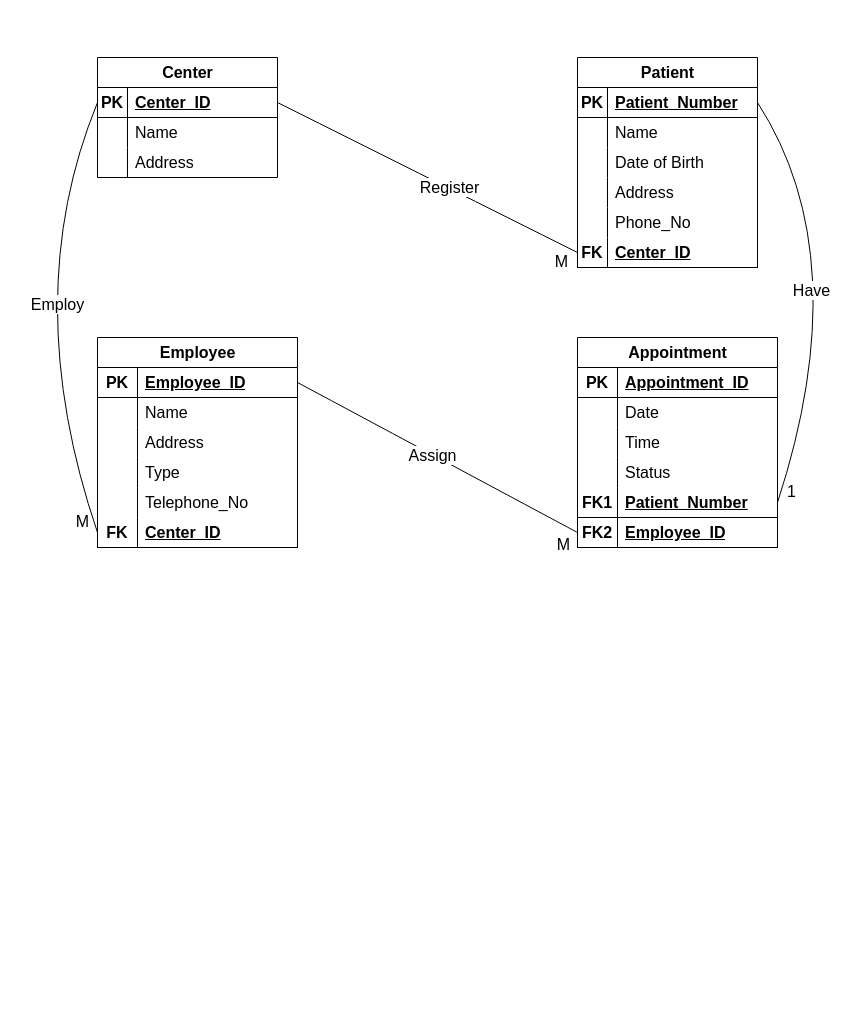
The draw.io diagram DDD/Untitled Diagram.drawio in ThanushkarSiva1238/Database_Design, before the edit. Source tidied: cells renumbered, new cells numbered last; positions are measured from the earlier drawing's top-left corner, leaving out a move shared by most shapes. Both pictures are drawn from the tidied source at 100%, with x=0, y=0 at pixel (17, 57).
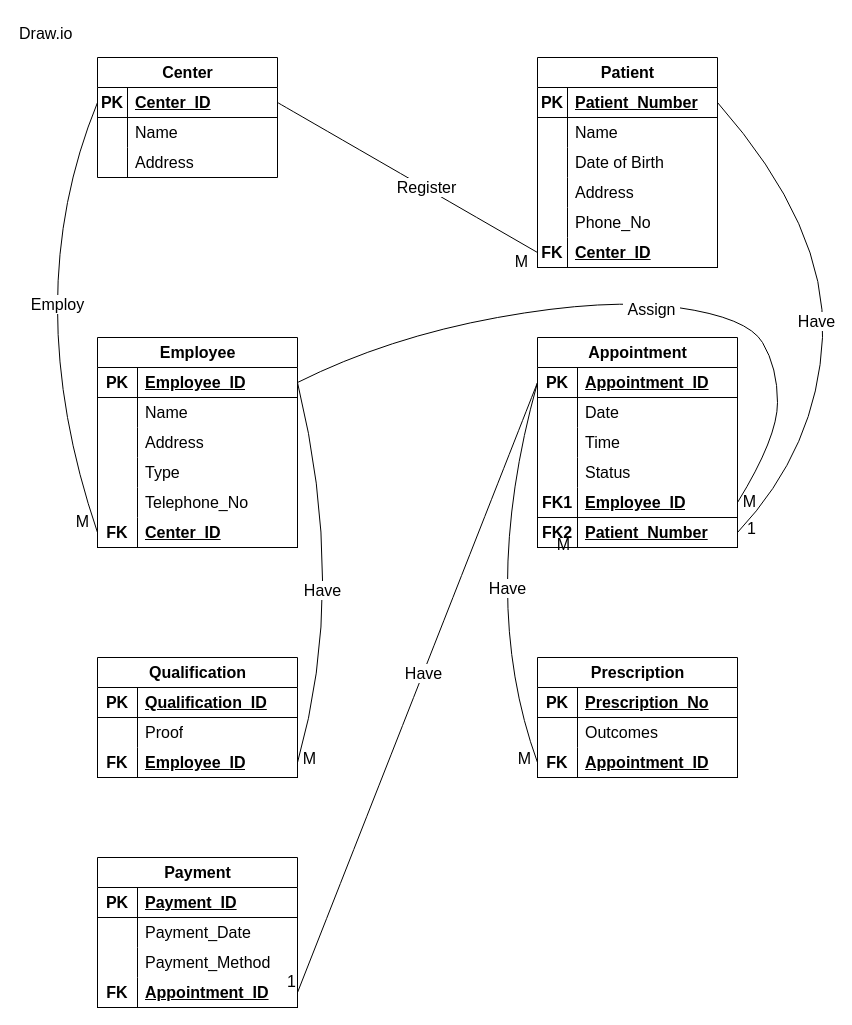
The same diagram, later.

Commit message (it also covers changes not shown here):
Medical Appointment System Diagram.drawio

Unchanged cells that the change refers to:
```xml
<mxCell id="3" style="shape=tableRow;horizontal=0;startSize=0;swimlaneHead=0;swimlaneBody=0;fillColor=none;points=[[0,0.5],[1,0.5]];portConstraint=eastwest;top=0;left=0;right=0;bottom=1;fontSize=16;" parent="2" vertex="1">
  <mxGeometry y="30" width="180" height="30" as="geometry" />
</mxCell>
<mxCell id="13" style="shape=tableRow;horizontal=0;startSize=0;swimlaneHead=0;swimlaneBody=0;fillColor=none;points=[[0,0.5],[1,0.5]];portConstraint=eastwest;top=0;left=0;right=0;bottom=1;fontSize=16;" parent="12" vertex="1">
  <mxGeometry y="30" width="180" height="30" as="geometry" />
</mxCell>
<mxCell id="28" style="shape=tableRow;horizontal=0;startSize=0;swimlaneHead=0;swimlaneBody=0;fillColor=none;points=[[0,0.5],[1,0.5]];portConstraint=eastwest;top=0;left=0;right=0;bottom=1;fontSize=16;" parent="12" vertex="1">
  <mxGeometry y="180" width="180" height="30" as="geometry" />
</mxCell>
<mxCell id="35" style="shape=tableRow;horizontal=0;startSize=0;swimlaneHead=0;swimlaneBody=0;fillColor=none;points=[[0,0.5],[1,0.5]];portConstraint=eastwest;top=0;left=0;right=0;bottom=1;fontSize=16;" parent="34" vertex="1">
  <mxGeometry y="30" width="200" height="30" as="geometry" />
</mxCell>
<mxCell id="47" style="shape=tableRow;horizontal=0;startSize=0;swimlaneHead=0;swimlaneBody=0;fillColor=none;points=[[0,0.5],[1,0.5]];portConstraint=eastwest;top=0;left=0;right=0;bottom=1;fontSize=16;" parent="34" vertex="1">
  <mxGeometry y="150" width="200" height="30" as="geometry" />
</mxCell>
<mxCell id="50" style="shape=tableRow;horizontal=0;startSize=0;swimlaneHead=0;swimlaneBody=0;fillColor=none;points=[[0,0.5],[1,0.5]];portConstraint=eastwest;top=0;left=0;right=0;bottom=1;fontSize=16;" parent="34" vertex="1">
  <mxGeometry y="180" width="200" height="30" as="geometry" />
</mxCell>
<mxCell id="57" style="shape=tableRow;horizontal=0;startSize=0;swimlaneHead=0;swimlaneBody=0;fillColor=none;points=[[0,0.5],[1,0.5]];portConstraint=eastwest;top=0;left=0;right=0;bottom=1;fontSize=16;" parent="56" vertex="1">
  <mxGeometry y="30" width="200" height="30" as="geometry" />
</mxCell>
```

The edit, as a diff of the source:
```diff
@@
     <mxCell id="12" value="Patient" style="shape=table;startSize=30;childLayout=tableLayout;rowLines=0;fontStyle=1;align=center;html=1;fontSize=16;" parent="1" vertex="1">
-      <mxGeometry x="560" width="180" height="210" as="geometry" />
+      <mxGeometry x="520" width="180" height="210" as="geometry" />
     </mxCell>
@@
-    <mxCell id="31" style="endArrow=none;html=1;rounded=0;fontSize=12;startSize=8;endSize=8;curved=1;exitX=1;exitY=0.5;exitDx=0;exitDy=0;entryX=0;entryY=0.5;entryDx=0;entryDy=0;" parent="1" edge="1" source="3">
-      <mxGeometry relative="1" as="geometry">
-        <mxPoint x="560" y="195" as="targetPoint" />
-      </mxGeometry>
+    <mxCell id="31" style="endArrow=none;html=1;rounded=0;fontSize=12;startSize=8;endSize=8;curved=1;exitX=1;exitY=0.5;exitDx=0;exitDy=0;entryX=0;entryY=0.5;entryDx=0;entryDy=0;" parent="1" edge="1" source="3" target="28">
+      <mxGeometry relative="1" as="geometry" />
     </mxCell>
@@
     <mxCell id="34" value="Appointment" style="shape=table;startSize=30;childLayout=tableLayout;rowLines=0;fontStyle=1;align=center;html=1;fontSize=16;" parent="1" vertex="1">
-      <mxGeometry x="560" y="280" width="200" height="210" as="geometry" />
+      <mxGeometry x="520" y="280" width="200" height="210" as="geometry" />
     </mxCell>
@@
-    <mxCell id="49" value="Patient_Number" style="shape=partialRectangle;fillColor=none;top=0;left=0;bottom=0;right=0;align=left;spacingLeft=6;fontStyle=5;overflow=hidden;whiteSpace=wrap;html=1;fontSize=16;" parent="47" vertex="1">
+    <mxCell id="49" value="Employee_ID" style="shape=partialRectangle;fillColor=none;top=0;left=0;bottom=0;right=0;align=left;spacingLeft=6;fontStyle=5;overflow=hidden;whiteSpace=wrap;html=1;fontSize=16;" parent="47" vertex="1">
       <mxGeometry x="40" width="160" height="30" as="geometry" />
     </mxCell>
@@
-    <mxCell id="52" value="Employee_ID" style="shape=partialRectangle;fillColor=none;top=0;left=0;bottom=0;right=0;align=left;spacingLeft=6;fontStyle=5;overflow=hidden;whiteSpace=wrap;html=1;fontSize=16;" parent="50" vertex="1">
+    <mxCell id="52" value="Patient_Number" style="shape=partialRectangle;fillColor=none;top=0;left=0;bottom=0;right=0;align=left;spacingLeft=6;fontStyle=5;overflow=hidden;whiteSpace=wrap;html=1;fontSize=16;" parent="50" vertex="1">
       <mxGeometry x="40" width="160" height="30" as="geometry" />
     </mxCell>
-    <mxCell id="53" style="endArrow=none;html=1;rounded=0;fontSize=12;startSize=8;endSize=8;curved=1;exitX=1;exitY=0.5;exitDx=0;exitDy=0;entryX=1;entryY=0.5;entryDx=0;entryDy=0;" parent="1" edge="1" source="13" target="47">
+    <mxCell id="53" style="endArrow=none;html=1;rounded=0;fontSize=12;startSize=8;endSize=8;curved=1;exitX=1;exitY=0.5;exitDx=0;exitDy=0;entryX=1;entryY=0.5;entryDx=0;entryDy=0;" parent="1" edge="1" source="13" target="50">
       <mxGeometry relative="1" as="geometry">
         <Array as="points">
-          <mxPoint x="840" y="200" />
+          <mxPoint x="810" y="170" />
+          <mxPoint x="800" y="390" />
         </Array>
       </mxGeometry>
     </mxCell>
     <mxCell id="54" value="1" style="html=1;whiteSpace=wrap;align=right;verticalAlign=bottom;fontSize=16;" parent="53" vertex="1">
       <mxGeometry x="1" relative="1" as="geometry">
-        <mxPoint x="20" as="offset" />
+        <mxPoint x="20" y="7" as="offset" />
       </mxGeometry>
     </mxCell>
     <mxCell id="55" value="Have" style="edgeLabel;html=1;align=center;verticalAlign=middle;fontSize=16;" parent="53" vertex="1">
-      <mxGeometry x="0.04" y="-34" relative="1" as="geometry" />
+      <mxGeometry x="0.04" y="-34" relative="1" as="geometry">
+        <mxPoint x="27" as="offset" />
+      </mxGeometry>
     </mxCell>
+    <mxCell id="81" value="M" style="html=1;whiteSpace=wrap;align=right;verticalAlign=bottom;fontSize=16;" parent="53" vertex="1">
+      <mxGeometry x="1" relative="1" as="geometry">
+        <mxPoint x="20" y="-20" as="offset" />
+      </mxGeometry>
+    </mxCell>
@@
-    <mxCell id="78" style="endArrow=none;html=1;rounded=0;fontSize=12;startSize=8;endSize=8;curved=1;exitX=0;exitY=0.5;exitDx=0;exitDy=0;entryX=1;entryY=0.5;entryDx=0;entryDy=0;" parent="1" edge="1" source="50" target="57">
-      <mxGeometry relative="1" as="geometry" />
+    <mxCell id="78" style="endArrow=none;html=1;rounded=0;fontSize=12;startSize=8;endSize=8;curved=1;exitX=1;exitY=0.5;exitDx=0;exitDy=0;entryX=1;entryY=0.5;entryDx=0;entryDy=0;" parent="1" edge="1" source="47" target="57">
+      <mxGeometry relative="1" as="geometry">
+        <Array as="points">
+          <mxPoint x="760" y="380" />
+          <mxPoint x="760" y="310" />
+          <mxPoint x="730" y="260" />
+          <mxPoint x="590" y="240" />
+          <mxPoint x="370" y="280" />
+        </Array>
+      </mxGeometry>
     </mxCell>
@@
-    <mxCell id="80" value="Assign" style="edgeLabel;html=1;align=center;verticalAlign=middle;fontSize=16;" parent="78" vertex="1">
-      <mxGeometry x="0.04" relative="1" as="geometry" />
+    <mxCell id="80" value="&amp;nbsp;Assign&amp;nbsp;" style="edgeLabel;html=1;align=center;verticalAlign=middle;fontSize=16;" parent="78" vertex="1">
+      <mxGeometry x="0.04" relative="1" as="geometry">
+        <mxPoint x="46" y="11" as="offset" />
+      </mxGeometry>
     </mxCell>
+    <mxCell id="82" value="Draw.io" style="text;whiteSpace=wrap;html=1;fontSize=16;" parent="1" vertex="1">
+      <mxGeometry y="-40" width="90" height="40" as="geometry" />
+    </mxCell>
+    <mxCell id="83" value="Prescription" style="shape=table;startSize=30;childLayout=tableLayout;rowLines=0;fontStyle=1;align=center;html=1;fontSize=16;" parent="1" vertex="1">
+      <mxGeometry x="520" y="600" width="200" height="120" as="geometry" />
+    </mxCell>
+    <mxCell id="84" style="shape=tableRow;horizontal=0;startSize=0;swimlaneHead=0;swimlaneBody=0;fillColor=none;top=0;left=0;right=0;bottom=1;fontSize=16;" parent="83" vertex="1">
+      <mxGeometry y="30" width="200" height="30" as="geometry" />
+    </mxCell>
+    <mxCell id="85" value="PK" style="shape=partialRectangle;fillColor=none;top=0;left=0;bottom=0;right=0;fontStyle=1;overflow=hidden;whiteSpace=wrap;html=1;fontSize=16;" parent="84" vertex="1">
+      <mxGeometry width="40" height="30" as="geometry" />
+    </mxCell>
+    <mxCell id="86" value="Prescription_No" style="shape=partialRectangle;fillColor=none;top=0;left=0;bottom=0;right=0;align=left;spacingLeft=6;fontStyle=5;overflow=hidden;whiteSpace=wrap;html=1;fontSize=16;" parent="84" vertex="1">
+      <mxGeometry x="40" width="160" height="30" as="geometry" />
+    </mxCell>
+    <mxCell id="87" style="shape=tableRow;horizontal=0;startSize=0;swimlaneHead=0;swimlaneBody=0;fillColor=none;top=0;left=0;right=0;bottom=0;fontSize=16;" parent="83" vertex="1">
+      <mxGeometry y="60" width="200" height="30" as="geometry" />
+    </mxCell>
+    <mxCell id="88" style="shape=partialRectangle;fillColor=none;top=0;left=0;bottom=0;right=0;overflow=hidden;whiteSpace=wrap;html=1;fontSize=16;" parent="87" vertex="1">
+      <mxGeometry width="40" height="30" as="geometry" />
+    </mxCell>
+    <mxCell id="89" value="Outcomes" style="shape=partialRectangle;fillColor=none;top=0;left=0;bottom=0;right=0;align=left;spacingLeft=6;overflow=hidden;whiteSpace=wrap;html=1;fontSize=16;" parent="87" vertex="1">
+      <mxGeometry x="40" width="160" height="30" as="geometry" />
+    </mxCell>
+    <mxCell id="90" style="shape=tableRow;horizontal=0;startSize=0;swimlaneHead=0;swimlaneBody=0;fillColor=none;points=[[0,0.5],[1,0.5]];portConstraint=eastwest;top=0;left=0;right=0;bottom=1;fontSize=16;" parent="83" vertex="1">
+      <mxGeometry y="90" width="200" height="30" as="geometry" />
+    </mxCell>
+    <mxCell id="91" value="FK" style="shape=partialRectangle;fillColor=none;top=0;left=0;bottom=0;right=0;fontStyle=1;overflow=hidden;whiteSpace=wrap;html=1;fontSize=16;" parent="90" vertex="1">
+      <mxGeometry width="40" height="30" as="geometry" />
+    </mxCell>
+    <mxCell id="92" value="Appointment_ID" style="shape=partialRectangle;fillColor=none;top=0;left=0;bottom=0;right=0;align=left;spacingLeft=6;fontStyle=5;overflow=hidden;whiteSpace=wrap;html=1;fontSize=16;" parent="90" vertex="1">
+      <mxGeometry x="40" width="160" height="30" as="geometry" />
+    </mxCell>
+    <mxCell id="93" style="endArrow=none;html=1;rounded=0;fontSize=12;startSize=8;endSize=8;curved=1;exitX=0;exitY=0.5;exitDx=0;exitDy=0;entryX=0;entryY=0.5;entryDx=0;entryDy=0;" parent="1" edge="1" source="35" target="90">
+      <mxGeometry relative="1" as="geometry">
+        <Array as="points">
+          <mxPoint x="460" y="540" />
+        </Array>
+      </mxGeometry>
+    </mxCell>
+    <mxCell id="94" value="M" style="html=1;whiteSpace=wrap;align=right;verticalAlign=bottom;fontSize=16;" parent="93" vertex="1">
+      <mxGeometry x="1" relative="1" as="geometry">
+        <mxPoint x="-5" y="7" as="offset" />
+      </mxGeometry>
+    </mxCell>
+    <mxCell id="95" value="Have" style="edgeLabel;html=1;align=center;verticalAlign=middle;fontSize=16;" parent="93" vertex="1">
+      <mxGeometry x="-0.05" y="35" relative="1" as="geometry">
+        <mxPoint x="-13" y="14" as="offset" />
+      </mxGeometry>
+    </mxCell>
+    <mxCell id="96" value="Qualification" style="shape=table;startSize=30;childLayout=tableLayout;rowLines=0;fontStyle=1;align=center;html=1;fontSize=16;" parent="1" vertex="1">
+      <mxGeometry x="80" y="600" width="200" height="120" as="geometry" />
+    </mxCell>
+    <mxCell id="97" style="shape=tableRow;horizontal=0;startSize=0;swimlaneHead=0;swimlaneBody=0;fillColor=none;top=0;left=0;right=0;bottom=1;fontSize=16;" parent="96" vertex="1">
+      <mxGeometry y="30" width="200" height="30" as="geometry" />
+    </mxCell>
+    <mxCell id="98" value="PK" style="shape=partialRectangle;fillColor=none;top=0;left=0;bottom=0;right=0;fontStyle=1;overflow=hidden;whiteSpace=wrap;html=1;fontSize=16;" parent="97" vertex="1">
+      <mxGeometry width="40" height="30" as="geometry" />
+    </mxCell>
+    <mxCell id="99" value="Qualification_ID" style="shape=partialRectangle;fillColor=none;top=0;left=0;bottom=0;right=0;align=left;spacingLeft=6;fontStyle=5;overflow=hidden;whiteSpace=wrap;html=1;fontSize=16;" parent="97" vertex="1">
+      <mxGeometry x="40" width="160" height="30" as="geometry" />
+    </mxCell>
+    <mxCell id="100" style="shape=tableRow;horizontal=0;startSize=0;swimlaneHead=0;swimlaneBody=0;fillColor=none;top=0;left=0;right=0;bottom=0;fontSize=16;" parent="96" vertex="1">
+      <mxGeometry y="60" width="200" height="30" as="geometry" />
+    </mxCell>
+    <mxCell id="101" style="shape=partialRectangle;fillColor=none;top=0;left=0;bottom=0;right=0;overflow=hidden;whiteSpace=wrap;html=1;fontSize=16;" parent="100" vertex="1">
+      <mxGeometry width="40" height="30" as="geometry" />
+    </mxCell>
+    <mxCell id="102" value="Proof" style="shape=partialRectangle;fillColor=none;top=0;left=0;bottom=0;right=0;align=left;spacingLeft=6;overflow=hidden;whiteSpace=wrap;html=1;fontSize=16;" parent="100" vertex="1">
+      <mxGeometry x="40" width="160" height="30" as="geometry" />
+    </mxCell>
+    <mxCell id="103" style="shape=tableRow;horizontal=0;startSize=0;swimlaneHead=0;swimlaneBody=0;fillColor=none;points=[[0,0.5],[1,0.5]];portConstraint=eastwest;top=0;left=0;right=0;bottom=1;fontSize=16;" parent="96" vertex="1">
+      <mxGeometry y="90" width="200" height="30" as="geometry" />
+    </mxCell>
+    <mxCell id="104" value="FK" style="shape=partialRectangle;fillColor=none;top=0;left=0;bottom=0;right=0;fontStyle=1;overflow=hidden;whiteSpace=wrap;html=1;fontSize=16;" parent="103" vertex="1">
+      <mxGeometry width="40" height="30" as="geometry" />
+    </mxCell>
+    <mxCell id="105" value="Employee_ID" style="shape=partialRectangle;fillColor=none;top=0;left=0;bottom=0;right=0;align=left;spacingLeft=6;fontStyle=5;overflow=hidden;whiteSpace=wrap;html=1;fontSize=16;" parent="103" vertex="1">
+      <mxGeometry x="40" width="160" height="30" as="geometry" />
+    </mxCell>
+    <mxCell id="106" style="endArrow=none;html=1;rounded=0;fontSize=12;startSize=8;endSize=8;curved=1;exitX=1;exitY=0.5;exitDx=0;exitDy=0;entryX=1;entryY=0.5;entryDx=0;entryDy=0;" parent="1" edge="1" source="57" target="103">
+      <mxGeometry relative="1" as="geometry">
+        <Array as="points">
+          <mxPoint x="330" y="530" />
+        </Array>
+      </mxGeometry>
+    </mxCell>
+    <mxCell id="107" value="M" style="html=1;whiteSpace=wrap;align=right;verticalAlign=bottom;fontSize=16;" parent="106" vertex="1">
+      <mxGeometry x="1" relative="1" as="geometry">
+        <mxPoint x="20" y="7" as="offset" />
+      </mxGeometry>
+    </mxCell>
+    <mxCell id="108" value="Have" style="edgeLabel;html=1;align=center;verticalAlign=middle;fontSize=16;" parent="106" vertex="1">
+      <mxGeometry x="0.12" y="-23" relative="1" as="geometry">
+        <mxPoint x="-1" as="offset" />
+      </mxGeometry>
+    </mxCell>
+    <mxCell id="109" value="Payment" style="shape=table;startSize=30;childLayout=tableLayout;rowLines=0;fontStyle=1;align=center;html=1;fontSize=16;" parent="1" vertex="1">
+      <mxGeometry x="80" y="800" width="200" height="150" as="geometry" />
+    </mxCell>
+    <mxCell id="110" style="shape=tableRow;horizontal=0;startSize=0;swimlaneHead=0;swimlaneBody=0;fillColor=none;top=0;left=0;right=0;bottom=1;fontSize=16;" parent="109" vertex="1">
+      <mxGeometry y="30" width="200" height="30" as="geometry" />
+    </mxCell>
+    <mxCell id="111" value="PK" style="shape=partialRectangle;fillColor=none;top=0;left=0;bottom=0;right=0;fontStyle=1;overflow=hidden;whiteSpace=wrap;html=1;fontSize=16;" parent="110" vertex="1">
+      <mxGeometry width="40" height="30" as="geometry" />
+    </mxCell>
+    <mxCell id="112" value="Payment_ID" style="shape=partialRectangle;fillColor=none;top=0;left=0;bottom=0;right=0;align=left;spacingLeft=6;fontStyle=5;overflow=hidden;whiteSpace=wrap;html=1;fontSize=16;" parent="110" vertex="1">
+      <mxGeometry x="40" width="160" height="30" as="geometry" />
+    </mxCell>
+    <mxCell id="113" style="shape=tableRow;horizontal=0;startSize=0;swimlaneHead=0;swimlaneBody=0;fillColor=none;top=0;left=0;right=0;bottom=0;fontSize=16;" parent="109" vertex="1">
+      <mxGeometry y="60" width="200" height="30" as="geometry" />
+    </mxCell>
+    <mxCell id="114" style="shape=partialRectangle;fillColor=none;top=0;left=0;bottom=0;right=0;overflow=hidden;whiteSpace=wrap;html=1;fontSize=16;" parent="113" vertex="1">
+      <mxGeometry width="40" height="30" as="geometry" />
+    </mxCell>
+    <mxCell id="115" value="Payment_Date" style="shape=partialRectangle;fillColor=none;top=0;left=0;bottom=0;right=0;align=left;spacingLeft=6;overflow=hidden;whiteSpace=wrap;html=1;fontSize=16;" parent="113" vertex="1">
+      <mxGeometry x="40" width="160" height="30" as="geometry" />
+    </mxCell>
+    <mxCell id="116" style="shape=tableRow;horizontal=0;startSize=0;swimlaneHead=0;swimlaneBody=0;fillColor=none;top=0;left=0;right=0;bottom=0;fontSize=16;" parent="109" vertex="1">
+      <mxGeometry y="90" width="200" height="30" as="geometry" />
+    </mxCell>
+    <mxCell id="117" style="shape=partialRectangle;fillColor=none;top=0;left=0;bottom=0;right=0;overflow=hidden;whiteSpace=wrap;html=1;fontSize=16;" parent="116" vertex="1">
+      <mxGeometry width="40" height="30" as="geometry" />
+    </mxCell>
+    <mxCell id="118" value="Payment_Method" style="shape=partialRectangle;fillColor=none;top=0;left=0;bottom=0;right=0;align=left;spacingLeft=6;overflow=hidden;whiteSpace=wrap;html=1;fontSize=16;" parent="116" vertex="1">
+      <mxGeometry x="40" width="160" height="30" as="geometry" />
+    </mxCell>
+    <mxCell id="119" style="shape=tableRow;horizontal=0;startSize=0;swimlaneHead=0;swimlaneBody=0;fillColor=none;points=[[0,0.5],[1,0.5]];portConstraint=eastwest;top=0;left=0;right=0;bottom=1;fontSize=16;" parent="109" vertex="1">
+      <mxGeometry y="120" width="200" height="30" as="geometry" />
+    </mxCell>
+    <mxCell id="120" value="FK" style="shape=partialRectangle;fillColor=none;top=0;left=0;bottom=0;right=0;fontStyle=1;overflow=hidden;whiteSpace=wrap;html=1;fontSize=16;" parent="119" vertex="1">
+      <mxGeometry width="40" height="30" as="geometry" />
+    </mxCell>
+    <mxCell id="121" value="Appointment_ID" style="shape=partialRectangle;fillColor=none;top=0;left=0;bottom=0;right=0;align=left;spacingLeft=6;fontStyle=5;overflow=hidden;whiteSpace=wrap;html=1;fontSize=16;" parent="119" vertex="1">
+      <mxGeometry x="40" width="160" height="30" as="geometry" />
+    </mxCell>
+    <mxCell id="122" style="endArrow=none;html=1;rounded=0;fontSize=12;startSize=8;endSize=8;curved=1;exitX=0;exitY=0.5;exitDx=0;exitDy=0;entryX=1;entryY=0.5;entryDx=0;entryDy=0;" parent="1" edge="1" source="35" target="119">
+      <mxGeometry relative="1" as="geometry" />
+    </mxCell>
+    <mxCell id="123" value="1" style="html=1;whiteSpace=wrap;align=right;verticalAlign=bottom;fontSize=16;" parent="122" vertex="1">
+      <mxGeometry x="1" relative="1" as="geometry" />
+    </mxCell>
+    <mxCell id="124" value="Have" style="edgeLabel;html=1;align=center;verticalAlign=middle;fontSize=16;" parent="122" vertex="1">
+      <mxGeometry x="-0.05" y="-1" relative="1" as="geometry">
+        <mxPoint y="1" as="offset" />
+      </mxGeometry>
+    </mxCell>
```
